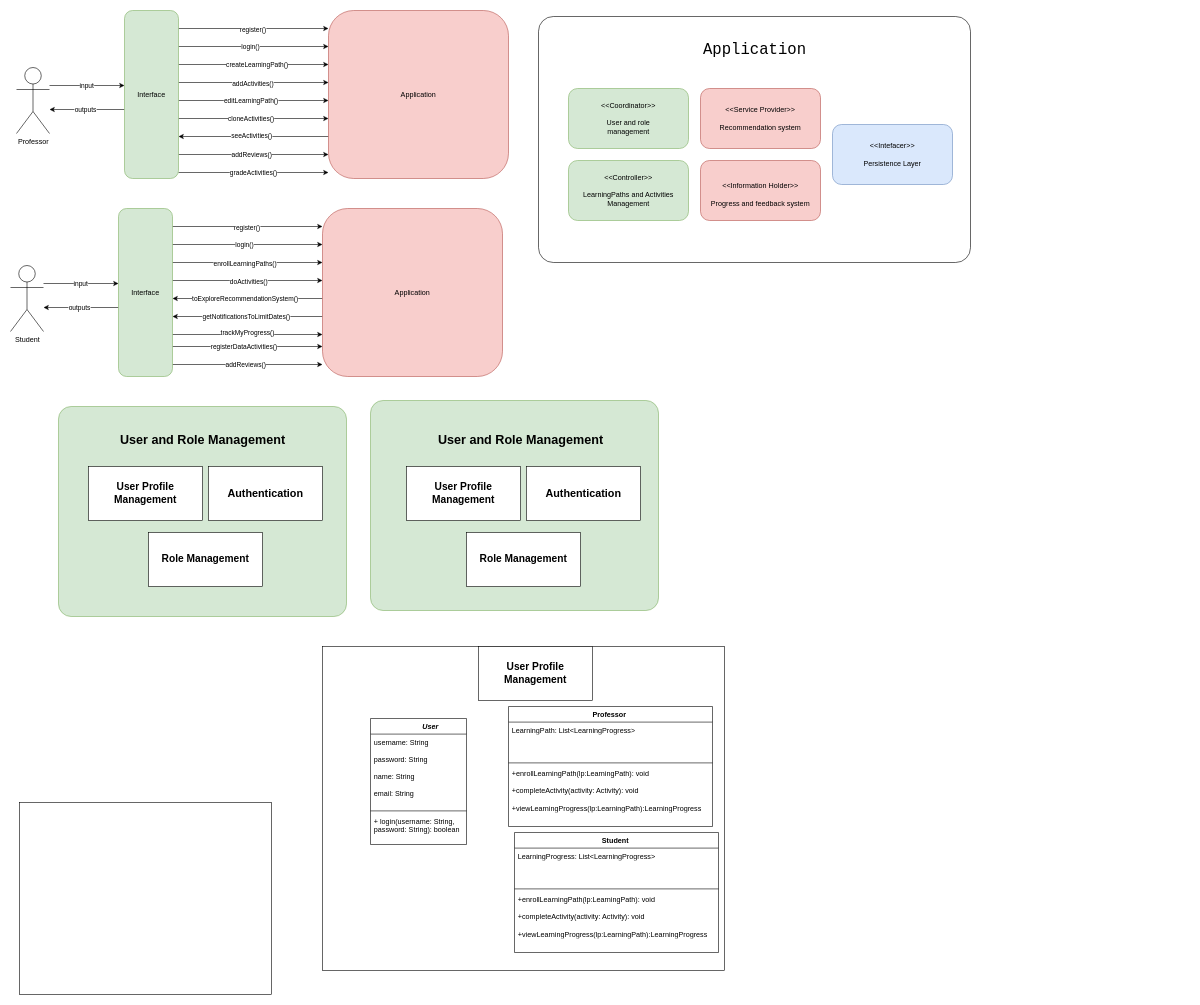
This is sprint-1/task-2/fr-diagrams.drawio from DPO-20242-SEC06/Project-OOPD, a draw.io file, before an edit. Source tidied: cells renumbered, new cells numbered last; positions are measured from the earlier drawing's top-left corner, leaving out a move shared by most shapes. Both pictures are drawn from the tidied source at 60%, with x=0, y=0 at pixel (10, 10).
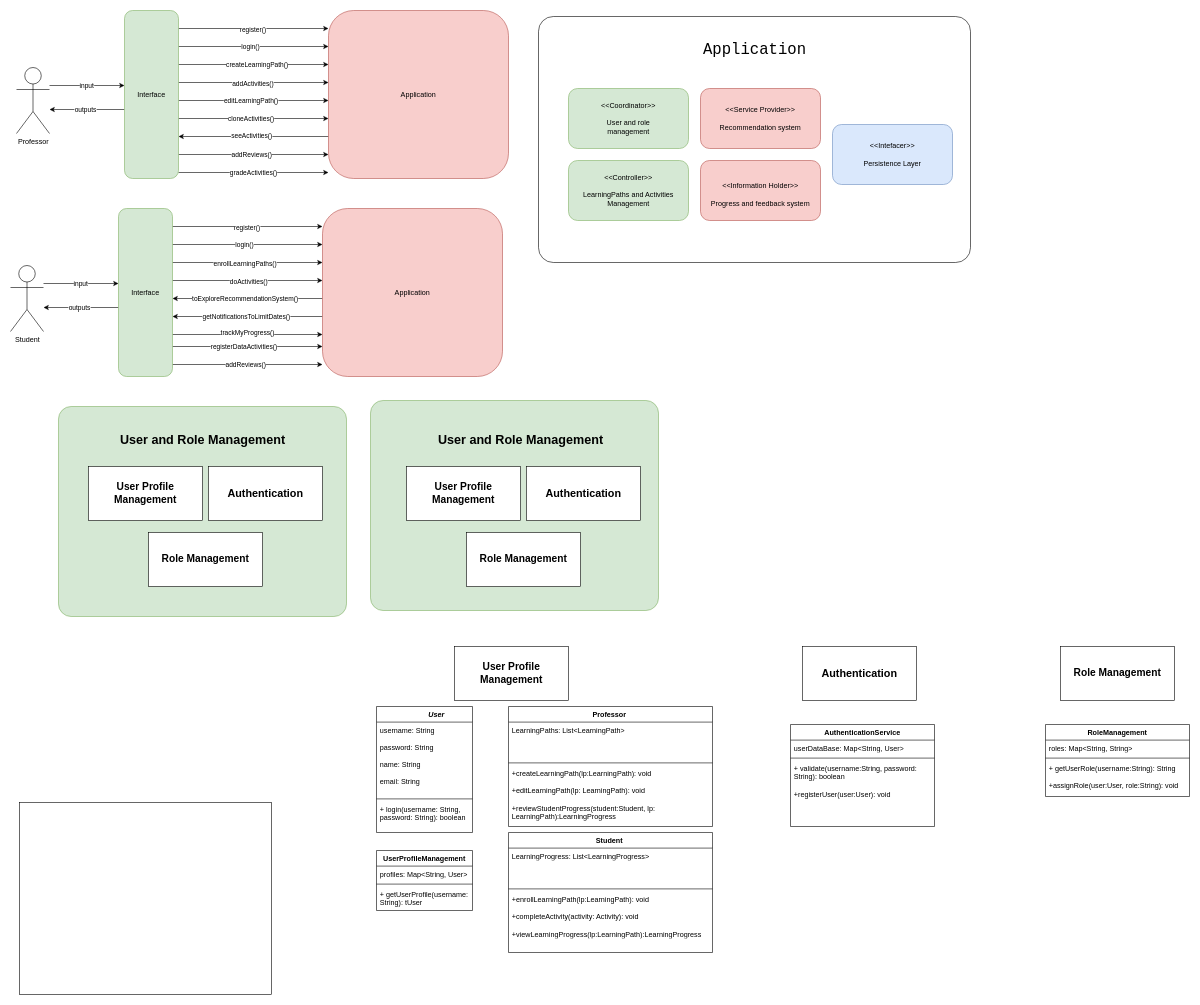
The same diagram, later.

Unchanged cells that the change refers to:
```xml
<mxCell id="80" value="Professor&amp;nbsp;" style="swimlane;fontStyle=1;align=center;verticalAlign=top;horizontal=1;startSize=26;whiteSpace=wrap;html=1;" parent="1" vertex="1">
  <mxGeometry x="830" y="1160" width="340" height="200" as="geometry" />
</mxCell>
```

Diff of the diagram source:
```diff
@@
-    <mxCell id="69" value="&lt;font style=&quot;font-size: 17px;&quot;&gt;&lt;b&gt;&lt;br&gt;&lt;/b&gt;&lt;/font&gt;" style="html=1;whiteSpace=wrap;" parent="1" vertex="1">
-      <mxGeometry x="520" y="1060" width="670" height="540" as="geometry" />
-    </mxCell>
     <mxCell id="70" value="&lt;font style=&quot;font-size: 17px;&quot;&gt;&lt;b&gt;User Profile Management&lt;br&gt;&lt;/b&gt;&lt;/font&gt;" style="html=1;whiteSpace=wrap;" parent="1" vertex="1">
-      <mxGeometry x="780" y="1060" width="190" height="90" as="geometry" />
+      <mxGeometry x="740" y="1060" width="190" height="90" as="geometry" />
     </mxCell>
     <mxCell id="71" value="&lt;blockquote style=&quot;margin: 0 0 0 40px; border: none; padding: 0px;&quot;&gt;&lt;i&gt;User&lt;/i&gt;&lt;/blockquote&gt;" style="swimlane;fontStyle=1;align=center;verticalAlign=top;horizontal=1;startSize=26;whiteSpace=wrap;html=1;" parent="1" vertex="1">
-      <mxGeometry x="600" y="1180" width="160" height="210" as="geometry" />
+      <mxGeometry x="610" y="1160" width="160" height="210" as="geometry" />
     </mxCell>
@@
     <mxCell id="75" value="Student&amp;nbsp;" style="swimlane;fontStyle=1;align=center;verticalAlign=top;horizontal=1;startSize=26;whiteSpace=wrap;html=1;" parent="1" vertex="1">
-      <mxGeometry x="840" y="1370" width="340" height="200" as="geometry" />
+      <mxGeometry x="830" y="1370" width="340" height="200" as="geometry" />
     </mxCell>
@@
-    <mxCell id="81" value="LearningPath: List&amp;lt;LearningProgress&amp;gt;" style="text;strokeColor=none;fillColor=none;align=left;verticalAlign=top;spacingLeft=4;spacingRight=4;overflow=hidden;whiteSpace=wrap;html=1;" parent="80" vertex="1">
+    <mxCell id="81" value="LearningPaths: List&amp;lt;LearningPath&amp;gt;" style="text;strokeColor=none;fillColor=none;align=left;verticalAlign=top;spacingLeft=4;spacingRight=4;overflow=hidden;whiteSpace=wrap;html=1;" parent="80" vertex="1">
       <mxGeometry y="26" width="340" height="64" as="geometry" />
     </mxCell>
@@
-    <mxCell id="83" value="+enrollLearningPath(lp:LearningPath): void&lt;div&gt;&lt;br&gt;&lt;/div&gt;&lt;div&gt;+completeActivity(activity: Activity): void&lt;/div&gt;&lt;div&gt;&lt;br&gt;&lt;/div&gt;&lt;div&gt;+viewLearningProgress(lp:LearningPath):LearningProgress&lt;/div&gt;" style="text;strokeColor=none;fillColor=none;align=left;verticalAlign=top;spacingLeft=4;spacingRight=4;overflow=hidden;whiteSpace=wrap;html=1;" parent="80" vertex="1">
+    <mxCell id="83" value="+createLearningPath(lp:LearningPath): void&lt;div&gt;&lt;br&gt;&lt;/div&gt;&lt;div&gt;+editLearningPath(lp: LearningPath): void&lt;/div&gt;&lt;div&gt;&lt;br&gt;&lt;/div&gt;&lt;div&gt;+reviewStudentProgress(student:Student, lp: LearningPath):LearningProgress&lt;/div&gt;" style="text;strokeColor=none;fillColor=none;align=left;verticalAlign=top;spacingLeft=4;spacingRight=4;overflow=hidden;whiteSpace=wrap;html=1;" parent="80" vertex="1">
       <mxGeometry y="98" width="340" height="102" as="geometry" />
     </mxCell>
+    <mxCell id="84" value="&lt;b style=&quot;font-size: 18px;&quot;&gt;Authentication&lt;/b&gt;" style="html=1;whiteSpace=wrap;fontSize=18;" parent="1" vertex="1">
+      <mxGeometry x="1320" y="1060" width="190" height="90" as="geometry" />
+    </mxCell>
+    <mxCell id="85" value="AuthenticationService" style="swimlane;fontStyle=1;align=center;verticalAlign=top;horizontal=1;startSize=26;whiteSpace=wrap;html=1;" parent="1" vertex="1">
+      <mxGeometry x="1300" y="1190" width="240" height="170" as="geometry" />
+    </mxCell>
+    <mxCell id="86" value="userDataBase: Map&amp;lt;String, User&amp;gt;" style="text;strokeColor=none;fillColor=none;align=left;verticalAlign=top;spacingLeft=4;spacingRight=4;overflow=hidden;whiteSpace=wrap;html=1;" parent="85" vertex="1">
+      <mxGeometry y="26" width="240" height="26" as="geometry" />
+    </mxCell>
+    <mxCell id="87" style="line;strokeWidth=1;fillColor=none;align=left;verticalAlign=middle;spacingTop=-1;spacingLeft=3;spacingRight=3;labelPosition=right;strokeColor=inherit;" parent="85" vertex="1">
+      <mxGeometry y="52" width="240" height="8" as="geometry" />
+    </mxCell>
+    <mxCell id="88" value="+ validate(username:String, password: String): boolean&lt;div&gt;&lt;br&gt;&lt;/div&gt;&lt;div&gt;+registerUser(user:User): void&lt;/div&gt;&lt;div&gt;&lt;br&gt;&lt;/div&gt;&lt;div&gt;&lt;br&gt;&lt;/div&gt;" style="text;strokeColor=none;fillColor=none;align=left;verticalAlign=top;spacingLeft=4;spacingRight=4;overflow=hidden;whiteSpace=wrap;html=1;" parent="85" vertex="1">
+      <mxGeometry y="60" width="240" height="110" as="geometry" />
+    </mxCell>
+    <mxCell id="89" value="&lt;font style=&quot;font-size: 17px;&quot;&gt;&lt;b&gt;Role Management&lt;br&gt;&lt;/b&gt;&lt;/font&gt;" style="html=1;whiteSpace=wrap;" parent="1" vertex="1">
+      <mxGeometry x="1750" y="1060" width="190" height="90" as="geometry" />
+    </mxCell>
+    <mxCell id="90" value="RoleManagement" style="swimlane;fontStyle=1;align=center;verticalAlign=top;horizontal=1;startSize=26;whiteSpace=wrap;html=1;" parent="1" vertex="1">
+      <mxGeometry x="1725" y="1190" width="240" height="120" as="geometry" />
+    </mxCell>
+    <mxCell id="91" value="roles: Map&amp;lt;String, String&amp;gt;" style="text;strokeColor=none;fillColor=none;align=left;verticalAlign=top;spacingLeft=4;spacingRight=4;overflow=hidden;whiteSpace=wrap;html=1;" parent="90" vertex="1">
+      <mxGeometry y="26" width="240" height="26" as="geometry" />
+    </mxCell>
+    <mxCell id="92" style="line;strokeWidth=1;fillColor=none;align=left;verticalAlign=middle;spacingTop=-1;spacingLeft=3;spacingRight=3;labelPosition=right;strokeColor=inherit;" parent="90" vertex="1">
+      <mxGeometry y="52" width="240" height="8" as="geometry" />
+    </mxCell>
+    <mxCell id="93" value="+ getUserRole(username:String): String&lt;div&gt;&lt;br&gt;&lt;/div&gt;&lt;div&gt;+assignRole(user:User, role:String): void&lt;/div&gt;" style="text;strokeColor=none;fillColor=none;align=left;verticalAlign=top;spacingLeft=4;spacingRight=4;overflow=hidden;whiteSpace=wrap;html=1;" parent="90" vertex="1">
+      <mxGeometry y="60" width="240" height="60" as="geometry" />
+    </mxCell>
+    <mxCell id="94" value="UserProfileManagement" style="swimlane;fontStyle=1;align=center;verticalAlign=top;horizontal=1;startSize=26;whiteSpace=wrap;html=1;" parent="1" vertex="1">
+      <mxGeometry x="610" y="1400" width="160" height="100" as="geometry" />
+    </mxCell>
+    <mxCell id="95" value="profiles: Map&amp;lt;String, User&amp;gt;" style="text;strokeColor=none;fillColor=none;align=left;verticalAlign=top;spacingLeft=4;spacingRight=4;overflow=hidden;whiteSpace=wrap;html=1;" parent="94" vertex="1">
+      <mxGeometry y="26" width="160" height="26" as="geometry" />
+    </mxCell>
+    <mxCell id="96" style="line;strokeWidth=1;fillColor=none;align=left;verticalAlign=middle;spacingTop=-1;spacingLeft=3;spacingRight=3;labelPosition=right;strokeColor=inherit;" parent="94" vertex="1">
+      <mxGeometry y="52" width="160" height="8" as="geometry" />
+    </mxCell>
+    <mxCell id="97" value="+ getUserProfile(username: String): tUser" style="text;strokeColor=none;fillColor=none;align=left;verticalAlign=top;spacingLeft=4;spacingRight=4;overflow=hidden;whiteSpace=wrap;html=1;" parent="94" vertex="1">
+      <mxGeometry y="60" width="160" height="40" as="geometry" />
+    </mxCell>
```
